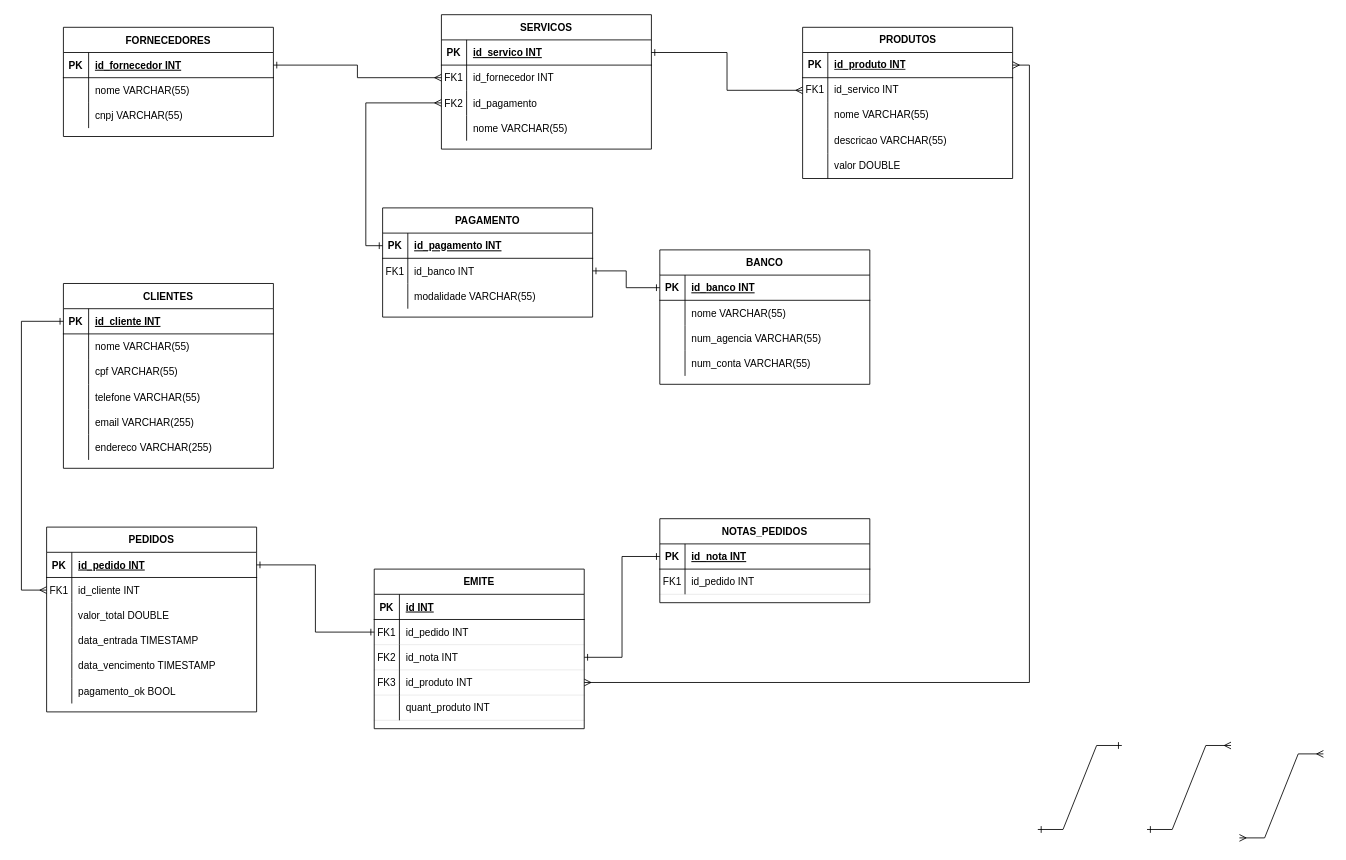
GustavoSouza123/ERDs keeps this draw.io diagram as agência_de_turismo.drawio. Above is the earlier version. Source tidied: cells renumbered, new cells numbered last; positions are measured from the earlier drawing's top-left corner, leaving out a move shared by most shapes. Both pictures are drawn from the tidied source at 84%, with x=0, y=0 at pixel (21, 14).
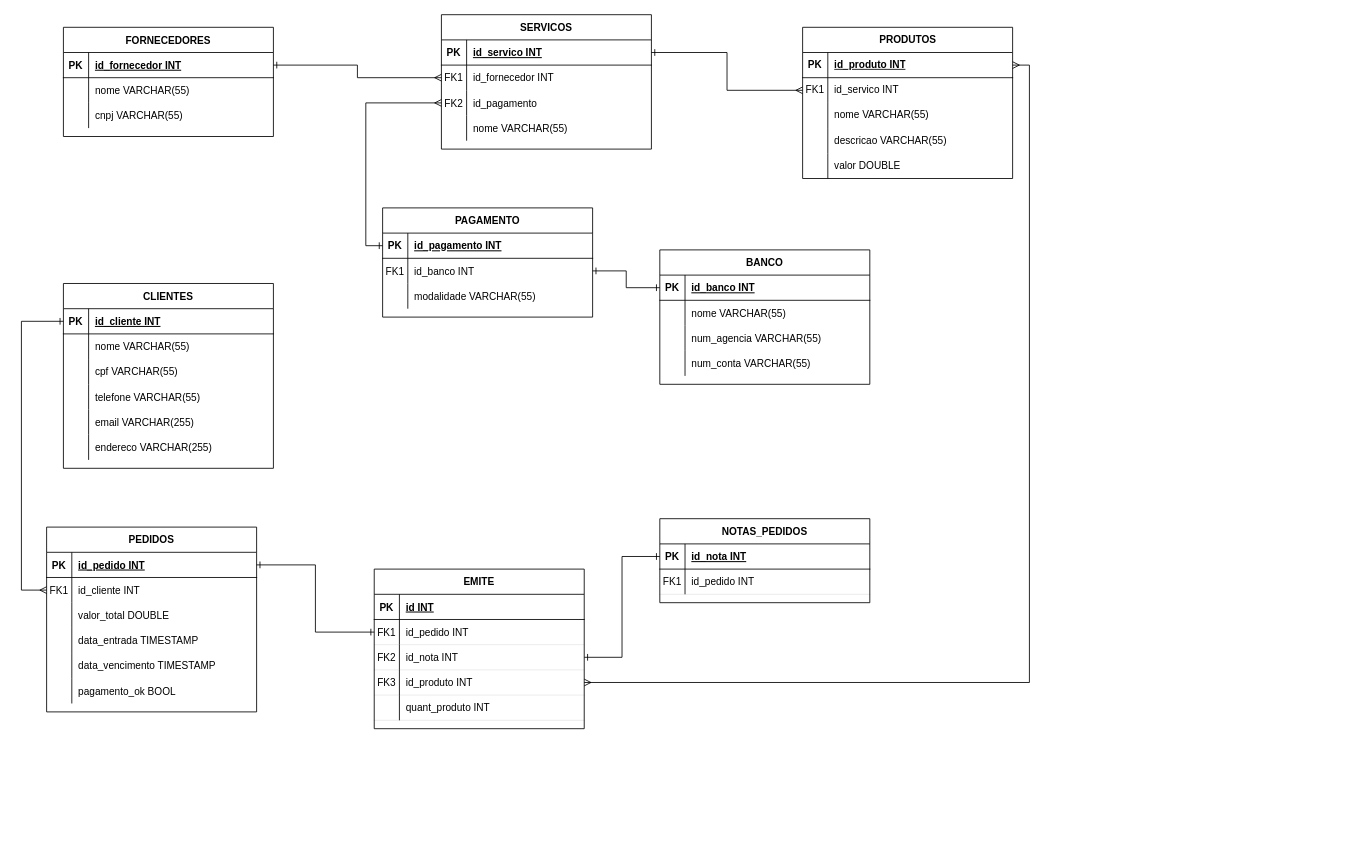
The same page after the edit.

Commit message:
finish MER: agência_de_turismo.drawio

The edit, as a diff of the source:
```diff
@@
-    <mxCell id="109" style="edgeStyle=entityRelationEdgeStyle;fontSize=12;html=1;endArrow=ERmany;startArrow=ERmany;rounded=0;" parent="1" edge="1">
-      <mxGeometry relative="1" as="geometry">
-        <mxPoint x="1450" y="980" as="sourcePoint" />
-        <mxPoint x="1550" y="880" as="targetPoint" />
-      </mxGeometry>
-    </mxCell>
-    <mxCell id="110" style="edgeStyle=entityRelationEdgeStyle;fontSize=12;html=1;endArrow=ERmany;rounded=0;startArrow=ERone;startFill=0;endFill=0;" parent="1" edge="1">
-      <mxGeometry relative="1" as="geometry">
-        <mxPoint x="1340" y="970" as="sourcePoint" />
-        <mxPoint x="1440" y="870" as="targetPoint" />
-      </mxGeometry>
-    </mxCell>
-    <mxCell id="111" style="edgeStyle=entityRelationEdgeStyle;fontSize=12;html=1;endArrow=ERone;startArrow=ERone;rounded=0;startFill=0;endFill=0;" parent="1" edge="1">
-      <mxGeometry relative="1" as="geometry">
-        <mxPoint x="1210" y="970" as="sourcePoint" />
-        <mxPoint x="1310" y="870" as="targetPoint" />
-      </mxGeometry>
-    </mxCell>
```
